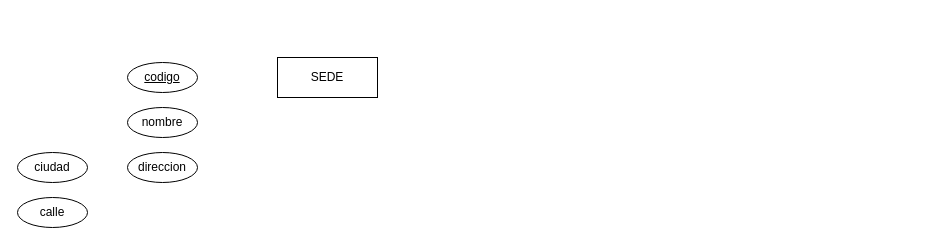
Earlier version of the draw.io diagram Modelado/Parcial_Nocturna_DB1.drawio (jcabarcasr/Investigaciones-DB1-DB2). Source tidied: cells renumbered, new cells numbered last; positions are measured from the earlier drawing's top-left corner, leaving out a move shared by most shapes. Both pictures are drawn from the tidied source at 100%, with x=0, y=0 at pixel (17, 57).
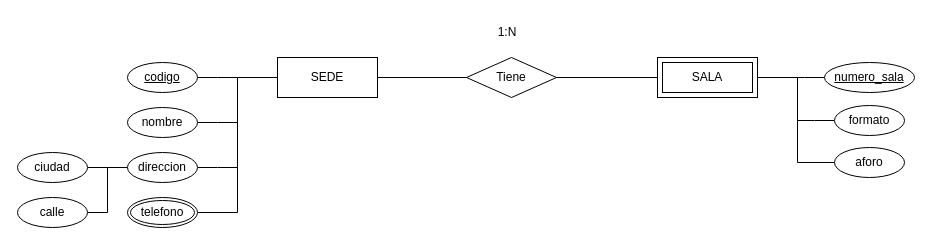
The same diagram, later.

Unchanged cells that the change refers to:
```xml
<mxCell id="2" value="SEDE" style="whiteSpace=wrap;html=1;align=center;" parent="1" vertex="1">
  <mxGeometry x="260" width="100" height="40" as="geometry" />
</mxCell>
<mxCell id="3" value="nombre" style="ellipse;whiteSpace=wrap;html=1;align=center;" parent="1" vertex="1">
  <mxGeometry x="110" y="50" width="70" height="30" as="geometry" />
</mxCell>
<mxCell id="4" value="codigo" style="ellipse;whiteSpace=wrap;html=1;align=center;fontStyle=4;" parent="1" vertex="1">
  <mxGeometry x="110" y="5" width="70" height="30" as="geometry" />
</mxCell>
<mxCell id="5" value="direccion" style="ellipse;whiteSpace=wrap;html=1;align=center;" parent="1" vertex="1">
  <mxGeometry x="110" y="95" width="70" height="30" as="geometry" />
</mxCell>
<mxCell id="6" value="calle" style="ellipse;whiteSpace=wrap;html=1;align=center;" parent="1" vertex="1">
  <mxGeometry y="140" width="70" height="30" as="geometry" />
</mxCell>
<mxCell id="7" value="ciudad" style="ellipse;whiteSpace=wrap;html=1;align=center;" parent="1" vertex="1">
  <mxGeometry y="95" width="70" height="30" as="geometry" />
</mxCell>
```

The edit, as a diff of the source:
```diff
@@
+    <mxCell id="8" style="edgeStyle=orthogonalEdgeStyle;rounded=0;jettySize=auto;html=1;endArrow=none;endFill=0;" parent="1" edge="1" source="2" target="24">
+      <mxGeometry relative="1" as="geometry" />
+    </mxCell>
@@
+    <mxCell id="9" style="edgeStyle=orthogonalEdgeStyle;rounded=0;jettySize=auto;html=1;endArrow=none;endFill=0;" parent="1" edge="1" source="3">
+      <mxGeometry relative="1" as="geometry">
+        <mxPoint x="220" y="65" as="targetPoint" />
+      </mxGeometry>
+    </mxCell>
@@
+    <mxCell id="10" style="edgeStyle=orthogonalEdgeStyle;rounded=0;jettySize=auto;html=1;endArrow=none;endFill=0;" parent="1" edge="1" source="4">
+      <mxGeometry relative="1" as="geometry">
+        <mxPoint x="220" y="20" as="targetPoint" />
+      </mxGeometry>
+    </mxCell>
@@
+    <mxCell id="11" style="edgeStyle=orthogonalEdgeStyle;rounded=0;jettySize=auto;html=1;endArrow=none;endFill=0;" parent="1" edge="1" source="5">
+      <mxGeometry relative="1" as="geometry">
+        <mxPoint x="220" y="110" as="targetPoint" />
+      </mxGeometry>
+    </mxCell>
@@
+    <mxCell id="12" style="edgeStyle=orthogonalEdgeStyle;rounded=0;jettySize=auto;html=1;entryX=0;entryY=0.5;entryDx=0;entryDy=0;endArrow=none;endFill=0;" parent="1" edge="1" source="6" target="5">
+      <mxGeometry relative="1" as="geometry" />
+    </mxCell>
@@
+    <mxCell id="13" style="edgeStyle=orthogonalEdgeStyle;rounded=0;jettySize=auto;html=1;endArrow=none;endFill=0;" parent="1" edge="1" source="7">
+      <mxGeometry relative="1" as="geometry">
+        <mxPoint x="90" y="120" as="targetPoint" />
+      </mxGeometry>
+    </mxCell>
@@
+    <mxCell id="14" style="edgeStyle=orthogonalEdgeStyle;rounded=0;jettySize=auto;html=1;entryX=0;entryY=0.5;entryDx=0;entryDy=0;endArrow=none;endFill=0;" parent="1" edge="1" source="15" target="2">
+      <mxGeometry relative="1" as="geometry" />
+    </mxCell>
+    <mxCell id="15" value="telefono" style="ellipse;shape=doubleEllipse;margin=3;whiteSpace=wrap;html=1;align=center;" parent="1" vertex="1">
+      <mxGeometry x="110" y="140" width="70" height="30" as="geometry" />
+    </mxCell>
+    <mxCell id="16" value="SALA" style="shape=ext;margin=3;double=1;whiteSpace=wrap;html=1;align=center;" parent="1" vertex="1">
+      <mxGeometry x="640" width="100" height="40" as="geometry" />
+    </mxCell>
+    <mxCell id="17" style="edgeStyle=orthogonalEdgeStyle;rounded=0;jettySize=auto;html=1;endArrow=none;endFill=0;" parent="1" edge="1" source="18">
+      <mxGeometry relative="1" as="geometry">
+        <mxPoint x="770" y="20" as="targetPoint" />
+      </mxGeometry>
+    </mxCell>
+    <mxCell id="18" value="numero_sala" style="ellipse;whiteSpace=wrap;html=1;align=center;fontStyle=4;" parent="1" vertex="1">
+      <mxGeometry x="807" y="5" width="90" height="30" as="geometry" />
+    </mxCell>
+    <mxCell id="19" style="edgeStyle=orthogonalEdgeStyle;rounded=0;jettySize=auto;html=1;endArrow=none;endFill=0;" parent="1" edge="1" source="20">
+      <mxGeometry relative="1" as="geometry">
+        <mxPoint x="780" y="63" as="targetPoint" />
+      </mxGeometry>
+    </mxCell>
+    <mxCell id="20" value="formato" style="ellipse;whiteSpace=wrap;html=1;align=center;" parent="1" vertex="1">
+      <mxGeometry x="817" y="48" width="70" height="30" as="geometry" />
+    </mxCell>
+    <mxCell id="21" style="edgeStyle=orthogonalEdgeStyle;rounded=0;jettySize=auto;html=1;entryX=1;entryY=0.5;entryDx=0;entryDy=0;endArrow=none;endFill=0;" parent="1" edge="1" source="22" target="16">
+      <mxGeometry relative="1" as="geometry">
+        <Array as="points">
+          <mxPoint x="780" y="105" />
+          <mxPoint x="780" y="20" />
+        </Array>
+      </mxGeometry>
+    </mxCell>
+    <mxCell id="22" value="aforo" style="ellipse;whiteSpace=wrap;html=1;align=center;" parent="1" vertex="1">
+      <mxGeometry x="817" y="90" width="70" height="30" as="geometry" />
+    </mxCell>
+    <mxCell id="23" style="edgeStyle=orthogonalEdgeStyle;rounded=0;jettySize=auto;html=1;endArrow=none;endFill=0;" parent="1" edge="1" source="24" target="16">
+      <mxGeometry relative="1" as="geometry" />
+    </mxCell>
+    <mxCell id="24" value="Tiene" style="shape=rhombus;perimeter=rhombusPerimeter;whiteSpace=wrap;html=1;align=center;" parent="1" vertex="1">
+      <mxGeometry x="449" width="90" height="40" as="geometry" />
+    </mxCell>
+    <mxCell id="25" value="1:N" style="text;html=1;whiteSpace=wrap;strokeColor=none;fillColor=none;align=center;verticalAlign=middle;rounded=0;" parent="1" vertex="1">
+      <mxGeometry x="460" y="-40" width="60" height="30" as="geometry" />
+    </mxCell>
```
